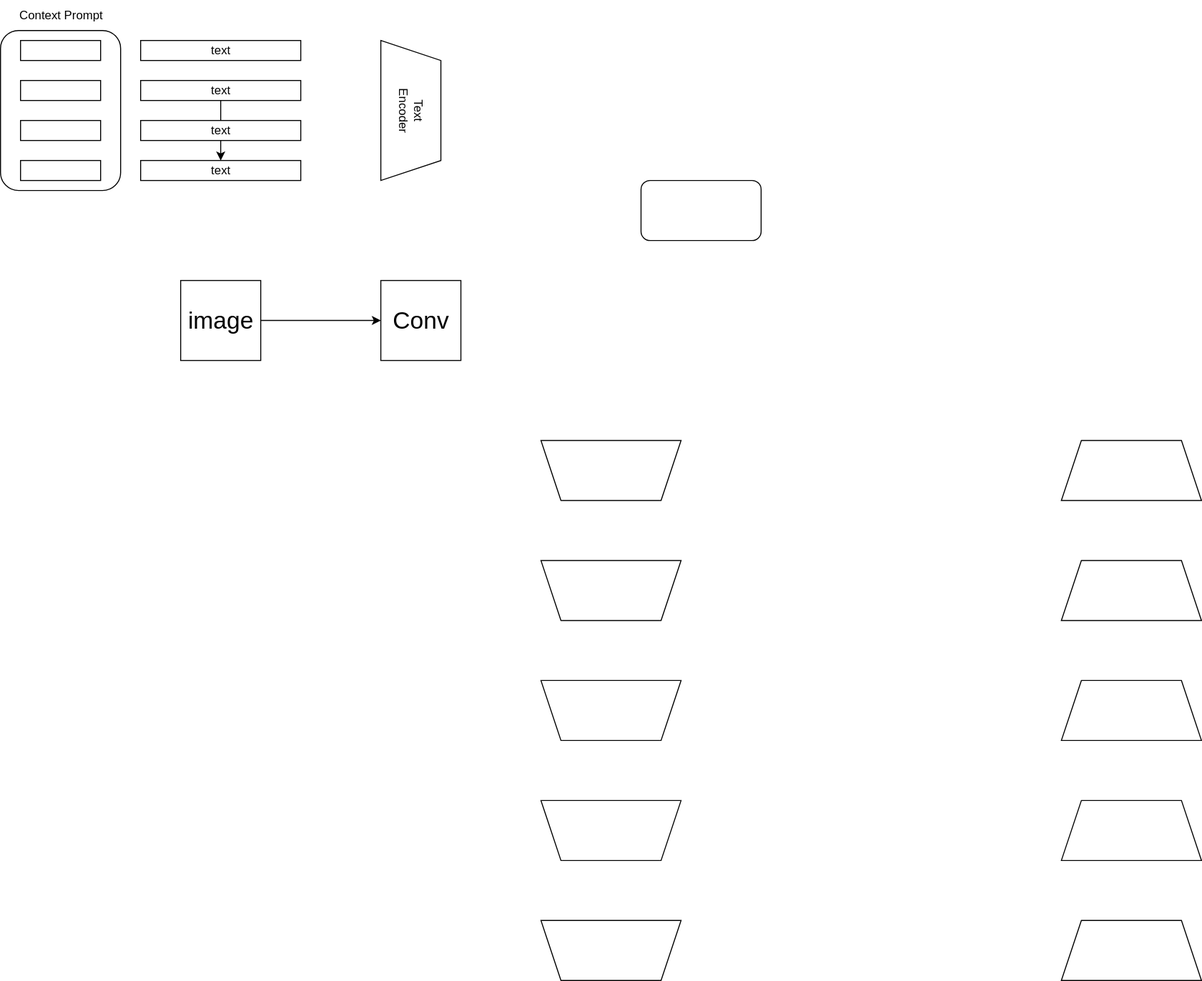
Earlier version of the draw.io export 未命名绘图.drawio.svg (hchench/NetStructure). Source tidied: cells renumbered, new cells last; positions are measured from the earlier drawing's top-left corner, leaving out a move shared by most shapes.
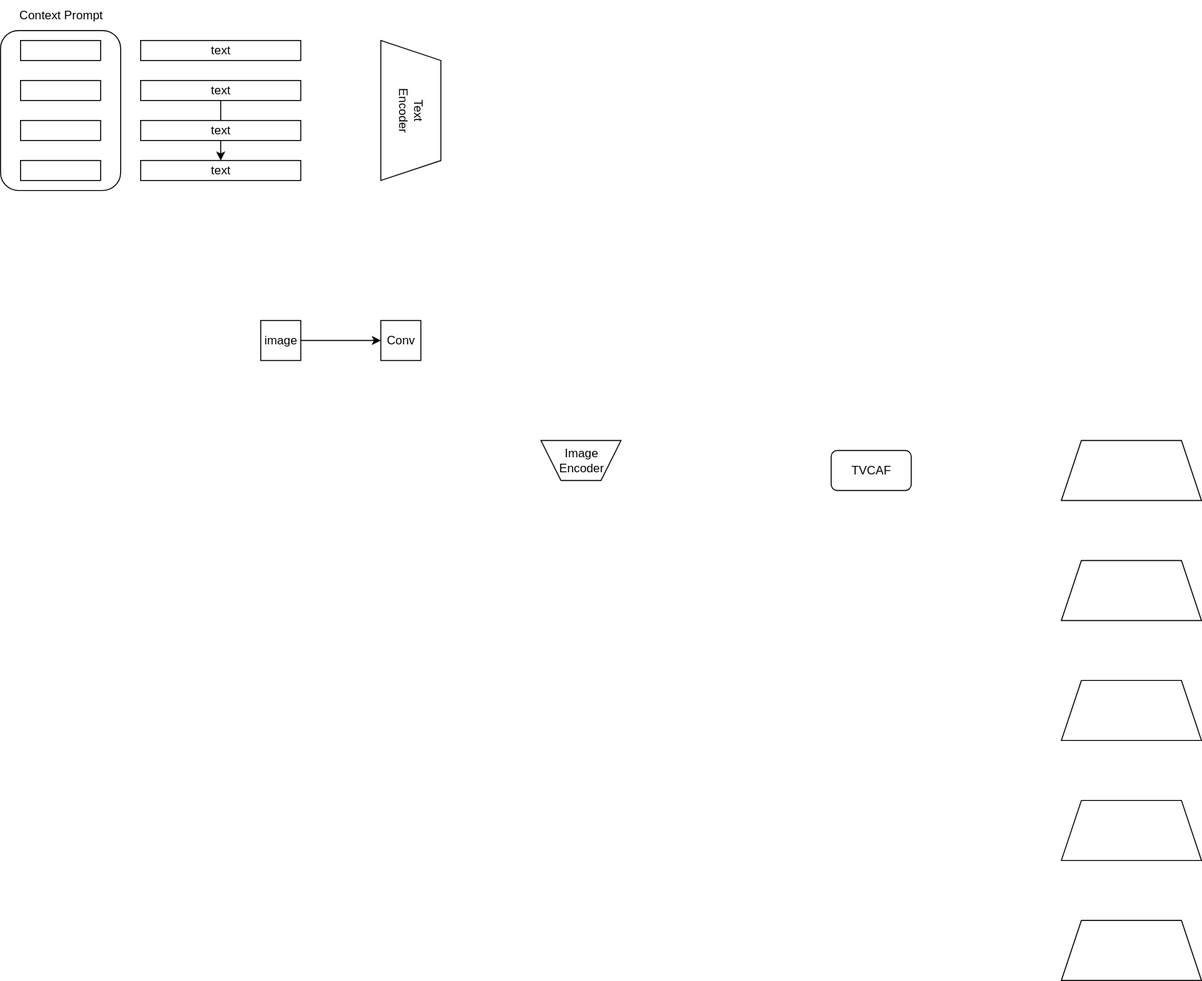
After the change.

Commit message:
更新未命名绘图.drawio.svg

Change to the diagram source:
```diff
@@ -6,20 +6,8 @@
       <mxGeometry y="30" width="120" height="160" as="geometry" />
     </mxCell>
     <mxCell id="3" style="shape=trapezoid;perimeter=trapezoidPerimeter;whiteSpace=wrap;html=1;fixedSize=1;rotation=-180;" parent="1" vertex="1">
-      <mxGeometry x="540" y="440" width="140" height="60" as="geometry" />
+      <mxGeometry x="540" y="440" width="80" height="40" as="geometry" />
     </mxCell>
-    <mxCell id="4" style="shape=trapezoid;perimeter=trapezoidPerimeter;whiteSpace=wrap;html=1;fixedSize=1;rotation=-180;" parent="1" vertex="1">
-      <mxGeometry x="540" y="560" width="140" height="60" as="geometry" />
-    </mxCell>
-    <mxCell id="5" style="shape=trapezoid;perimeter=trapezoidPerimeter;whiteSpace=wrap;html=1;fixedSize=1;rotation=-180;" parent="1" vertex="1">
-      <mxGeometry x="540" y="680" width="140" height="60" as="geometry" />
-    </mxCell>
-    <mxCell id="6" style="shape=trapezoid;perimeter=trapezoidPerimeter;whiteSpace=wrap;html=1;fixedSize=1;rotation=-180;" parent="1" vertex="1">
-      <mxGeometry x="540" y="800" width="140" height="60" as="geometry" />
-    </mxCell>
-    <mxCell id="7" style="shape=trapezoid;perimeter=trapezoidPerimeter;whiteSpace=wrap;html=1;fixedSize=1;rotation=-180;" parent="1" vertex="1">
-      <mxGeometry x="540" y="920" width="140" height="60" as="geometry" />
-    </mxCell>
     <mxCell id="8" style="shape=trapezoid;perimeter=trapezoidPerimeter;whiteSpace=wrap;html=1;fixedSize=1;rotation=0;" parent="1" vertex="1">
       <mxGeometry x="1060" y="440" width="140" height="60" as="geometry" />
     </mxCell>
@@ -38,11 +26,11 @@
     <mxCell id="13" style="edgeStyle=orthogonalEdgeStyle;rounded=0;jettySize=auto;html=1;exitX=1;exitY=0.5;exitDx=0;exitDy=0;entryX=0;entryY=0.5;entryDx=0;entryDy=0;" parent="1" edge="1" source="14" target="15">
       <mxGeometry relative="1" as="geometry" />
     </mxCell>
-    <mxCell id="14" value="&lt;font style=&quot;font-size: 24px;&quot;&gt;image&lt;/font&gt;" style="whiteSpace=wrap;html=1;" parent="1" vertex="1">
-      <mxGeometry x="180" y="280" width="80" height="80" as="geometry" />
+    <mxCell id="14" value="&lt;font style=&quot;font-size: 12px;&quot;&gt;image&lt;/font&gt;" style="whiteSpace=wrap;html=1;" parent="1" vertex="1">
+      <mxGeometry x="260" y="320" width="40" height="40" as="geometry" />
     </mxCell>
-    <mxCell id="15" value="&lt;font style=&quot;font-size: 24px;&quot;&gt;Conv&lt;/font&gt;" style="whiteSpace=wrap;html=1;" parent="1" vertex="1">
-      <mxGeometry x="380" y="280" width="80" height="80" as="geometry" />
+    <mxCell id="15" value="&lt;font style=&quot;font-size: 12px;&quot;&gt;Conv&lt;/font&gt;" style="whiteSpace=wrap;html=1;" parent="1" vertex="1">
+      <mxGeometry x="380" y="320" width="40" height="40" as="geometry" />
     </mxCell>
     <mxCell id="16" value="&lt;div style=&quot;&quot;&gt;&lt;span style=&quot;background-color: transparent; color: light-dark(rgb(0, 0, 0), rgb(255, 255, 255));&quot;&gt;Text&lt;/span&gt;&lt;/div&gt;&lt;div style=&quot;&quot;&gt;Encoder&lt;/div&gt;" style="shape=trapezoid;perimeter=trapezoidPerimeter;whiteSpace=wrap;html=1;fixedSize=1;rotation=90;align=center;" parent="1" vertex="1">
       <mxGeometry x="340" y="80" width="140" height="60" as="geometry" />
@@ -74,11 +62,14 @@
     <mxCell id="25" style="rounded=0;whiteSpace=wrap;html=1;" parent="1" vertex="1">
       <mxGeometry x="20" y="160" width="80" height="20" as="geometry" />
     </mxCell>
-    <mxCell id="26" style="rounded=1;whiteSpace=wrap;html=1;" parent="1" vertex="1">
-      <mxGeometry x="640" y="180" width="120" height="60" as="geometry" />
+    <mxCell id="26" value="TVCAF" style="rounded=1;whiteSpace=wrap;html=1;" parent="1" vertex="1">
+      <mxGeometry x="830" y="450" width="80" height="40" as="geometry" />
     </mxCell>
     <mxCell id="27" value="Context Prompt" style="text;html=1;align=center;verticalAlign=middle;strokeColor=none;fillColor=none;" parent="1" vertex="1">
       <mxGeometry x="5" width="110" height="30" as="geometry" />
     </mxCell>
+    <mxCell id="28" value="Image&lt;div&gt;Encoder&lt;/div&gt;" style="text;html=1;align=center;verticalAlign=middle;strokeColor=none;fillColor=none;" parent="1" vertex="1">
+      <mxGeometry x="545" y="440" width="70" height="40" as="geometry" />
+    </mxCell>
   </root>
 </mxGraphModel>
```
